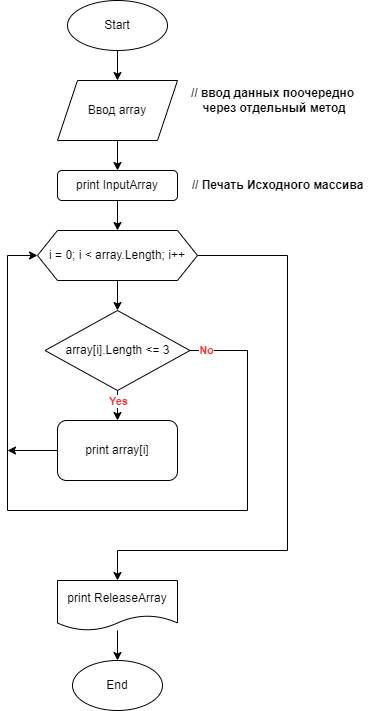
Above: FFW.drawio.png in A1exRoz/Final_verification_work (draw.io), before the change. Source tidied: cells renumbered, new cells last; positions are measured from the earlier drawing's top-left corner, leaving out a move shared by most shapes. Source of this version:
```xml
<mxGraphModel>
  <root>
    <mxCell id="0" />
    <mxCell id="1" parent="0" />
    <mxCell id="2" style="edgeStyle=orthogonalEdgeStyle;rounded=0;jettySize=auto;html=1;" parent="1" edge="1" source="3" target="5">
      <mxGeometry relative="1" as="geometry" />
    </mxCell>
    <mxCell id="3" value="Start" style="ellipse;whiteSpace=wrap;html=1;" parent="1" vertex="1">
      <mxGeometry x="60" width="100" height="50" as="geometry" />
    </mxCell>
    <mxCell id="4" style="edgeStyle=orthogonalEdgeStyle;rounded=0;jettySize=auto;html=1;" parent="1" edge="1" source="5">
      <mxGeometry relative="1" as="geometry">
        <mxPoint x="110" y="170" as="targetPoint" />
      </mxGeometry>
    </mxCell>
    <mxCell id="5" value="Ввод array" style="shape=parallelogram;perimeter=parallelogramPerimeter;whiteSpace=wrap;html=1;fixedSize=1;" parent="1" vertex="1">
      <mxGeometry x="50" y="80" width="120" height="60" as="geometry" />
    </mxCell>
    <mxCell id="6" style="edgeStyle=orthogonalEdgeStyle;rounded=0;jettySize=auto;html=1;entryX=0.5;entryY=0;entryDx=0;entryDy=0;" parent="1" edge="1" source="7" target="12">
      <mxGeometry relative="1" as="geometry" />
    </mxCell>
    <mxCell id="7" value="print InputArray" style="rounded=1;whiteSpace=wrap;html=1;" parent="1" vertex="1">
      <mxGeometry x="50" y="170" width="120" height="30" as="geometry" />
    </mxCell>
    <mxCell id="8" value="&lt;span style=&quot;&quot;&gt;&lt;b&gt;// Печать Исходного массива&lt;/b&gt;&lt;/span&gt;" style="text;html=1;align=center;verticalAlign=middle;strokeColor=none;fillColor=none;" parent="1" vertex="1">
      <mxGeometry x="170" y="170" width="200" height="30" as="geometry" />
    </mxCell>
    <mxCell id="9" value="&lt;b&gt;// ввод данных поочередно&lt;br&gt;&amp;nbsp;через отдельный метод&lt;/b&gt;" style="text;html=1;align=center;verticalAlign=middle;strokeColor=none;fillColor=none;" parent="1" vertex="1">
      <mxGeometry x="170" y="80" width="190" height="40" as="geometry" />
    </mxCell>
    <mxCell id="10" style="edgeStyle=orthogonalEdgeStyle;rounded=0;jettySize=auto;html=1;entryX=0.5;entryY=0;entryDx=0;entryDy=0;" parent="1" edge="1" source="12" target="17">
      <mxGeometry relative="1" as="geometry" />
    </mxCell>
    <mxCell id="11" style="edgeStyle=orthogonalEdgeStyle;rounded=0;jettySize=auto;html=1;entryX=0.5;entryY=0;entryDx=0;entryDy=0;" parent="1" edge="1" source="12" target="21">
      <mxGeometry relative="1" as="geometry">
        <Array as="points">
          <mxPoint x="280" y="255" />
          <mxPoint x="280" y="550" />
          <mxPoint x="110" y="550" />
        </Array>
      </mxGeometry>
    </mxCell>
    <mxCell id="12" value="i = 0; i &amp;lt; array.Length; i++" style="shape=hexagon;perimeter=hexagonPerimeter2;whiteSpace=wrap;html=1;fixedSize=1;" parent="1" vertex="1">
      <mxGeometry x="30" y="230" width="160" height="50" as="geometry" />
    </mxCell>
    <mxCell id="13" style="edgeStyle=orthogonalEdgeStyle;rounded=0;jettySize=auto;html=1;" parent="1" edge="1" source="17" target="19">
      <mxGeometry relative="1" as="geometry" />
    </mxCell>
    <mxCell id="14" value="&lt;b&gt;&lt;font color=&quot;#ff3333&quot;&gt;Yes&lt;/font&gt;&lt;/b&gt;" style="edgeLabel;html=1;align=center;verticalAlign=middle;" parent="13" vertex="1">
      <mxGeometry x="-0.7" relative="1" as="geometry">
        <mxPoint y="3" as="offset" />
      </mxGeometry>
    </mxCell>
    <mxCell id="15" style="edgeStyle=orthogonalEdgeStyle;rounded=0;jettySize=auto;html=1;entryX=0;entryY=0.5;entryDx=0;entryDy=0;" parent="1" edge="1" source="17" target="12">
      <mxGeometry relative="1" as="geometry">
        <Array as="points">
          <mxPoint x="240" y="350" />
          <mxPoint x="240" y="510" />
          <mxPoint y="510" />
          <mxPoint y="255" />
        </Array>
      </mxGeometry>
    </mxCell>
    <mxCell id="16" value="&lt;b&gt;No&lt;/b&gt;" style="edgeLabel;html=1;align=center;verticalAlign=middle;fontColor=#FF3333;" parent="15" vertex="1">
      <mxGeometry x="-0.96" y="1" relative="1" as="geometry" />
    </mxCell>
    <mxCell id="17" value="array[i].Length &amp;lt;= 3" style="rhombus;whiteSpace=wrap;html=1;" parent="1" vertex="1">
      <mxGeometry x="37.5" y="310" width="145" height="80" as="geometry" />
    </mxCell>
    <mxCell id="18" style="edgeStyle=orthogonalEdgeStyle;rounded=0;jettySize=auto;html=1;" parent="1" edge="1" source="19">
      <mxGeometry x="-0.14" y="-10" relative="1" as="geometry">
        <mxPoint y="450" as="targetPoint" />
        <Array as="points">
          <mxPoint y="450" />
        </Array>
      </mxGeometry>
    </mxCell>
    <mxCell id="19" value="print array[i]" style="rounded=1;whiteSpace=wrap;html=1;" parent="1" vertex="1">
      <mxGeometry x="50" y="420" width="120" height="60" as="geometry" />
    </mxCell>
    <mxCell id="20" style="edgeStyle=orthogonalEdgeStyle;rounded=0;jettySize=auto;html=1;entryX=0.5;entryY=0;entryDx=0;entryDy=0;" parent="1" edge="1" source="21" target="22">
      <mxGeometry relative="1" as="geometry" />
    </mxCell>
    <mxCell id="21" value="print&amp;nbsp;ReleaseArray" style="shape=document;whiteSpace=wrap;html=1;boundedLbl=1;" parent="1" vertex="1">
      <mxGeometry x="50" y="580" width="120" height="50" as="geometry" />
    </mxCell>
    <mxCell id="22" value="End" style="ellipse;whiteSpace=wrap;html=1;" parent="1" vertex="1">
      <mxGeometry x="65" y="660" width="90" height="50" as="geometry" />
    </mxCell>
  </root>
</mxGraphModel>
```
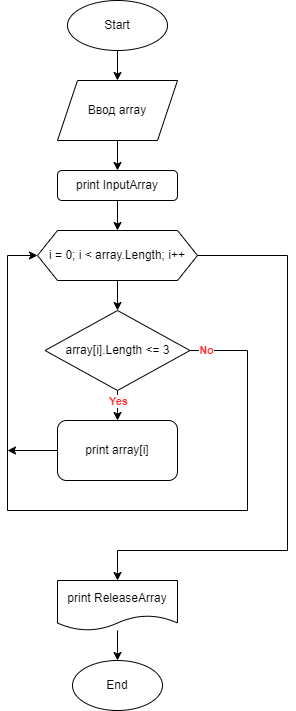
The same diagram one commit later.

Commit message:
change pic diagram

What changed in the source:
```diff
@@ -22,12 +22,6 @@
     <mxCell id="7" value="print InputArray" style="rounded=1;whiteSpace=wrap;html=1;" parent="1" vertex="1">
       <mxGeometry x="50" y="170" width="120" height="30" as="geometry" />
     </mxCell>
-    <mxCell id="8" value="&lt;span style=&quot;&quot;&gt;&lt;b&gt;// Печать Исходного массива&lt;/b&gt;&lt;/span&gt;" style="text;html=1;align=center;verticalAlign=middle;strokeColor=none;fillColor=none;" parent="1" vertex="1">
-      <mxGeometry x="170" y="170" width="200" height="30" as="geometry" />
-    </mxCell>
-    <mxCell id="9" value="&lt;b&gt;// ввод данных поочередно&lt;br&gt;&amp;nbsp;через отдельный метод&lt;/b&gt;" style="text;html=1;align=center;verticalAlign=middle;strokeColor=none;fillColor=none;" parent="1" vertex="1">
-      <mxGeometry x="170" y="80" width="190" height="40" as="geometry" />
-    </mxCell>
     <mxCell id="10" style="edgeStyle=orthogonalEdgeStyle;rounded=0;jettySize=auto;html=1;entryX=0.5;entryY=0;entryDx=0;entryDy=0;" parent="1" edge="1" source="12" target="17">
       <mxGeometry relative="1" as="geometry" />
     </mxCell>
```
